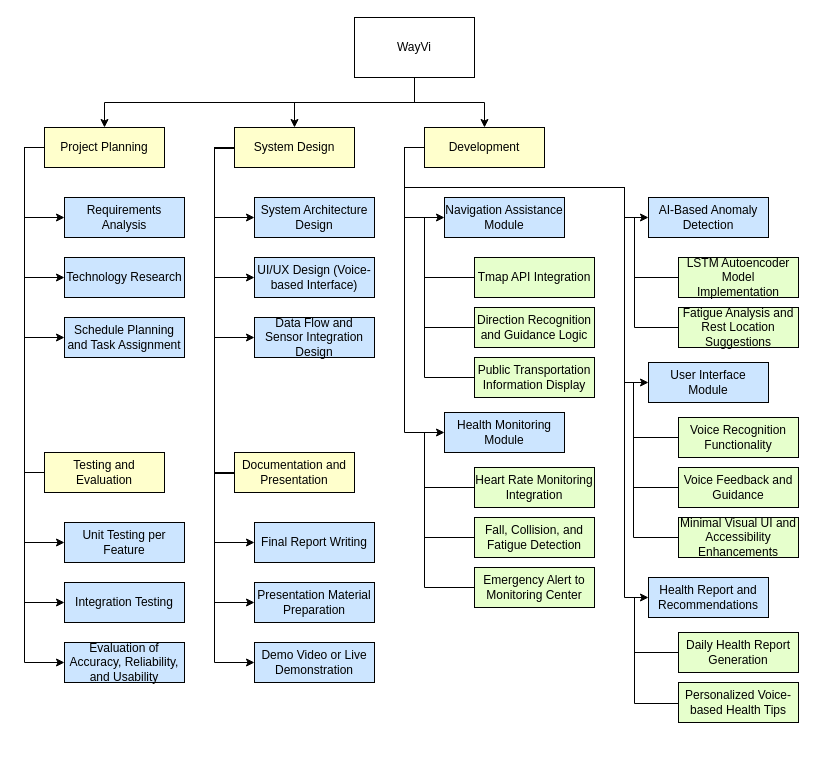
Earlier version of the draw.io diagram 종설_뭐시기.drawio (VegetableKim/-). Source tidied: cells renumbered, new cells numbered last; positions are measured from the earlier drawing's top-left corner, leaving out a move shared by most shapes. Both pictures are drawn from the tidied source at 100%, with x=0, y=0 at pixel (24, 17).
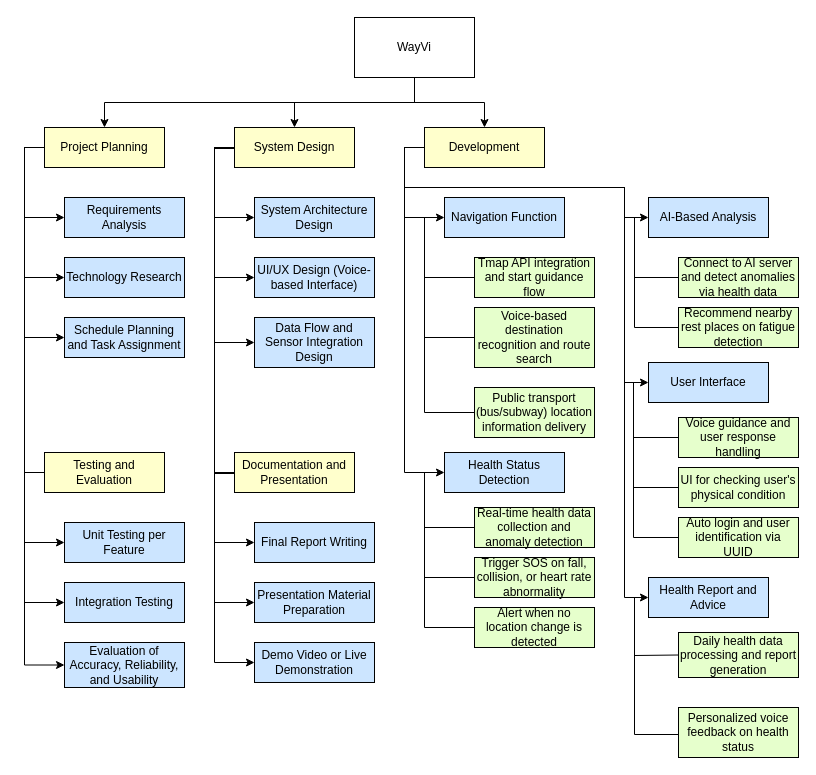
After the change.

Commit message (it also covers changes not shown here):
종설_뭐시기.drawio 업데이트

The edit, as a diff of the source:
```diff
@@
-    <mxCell id="31" value="Navigation Assistance Module" style="rounded=0;whiteSpace=wrap;html=1;fillColor=#CCE5FF;" parent="1" vertex="1">
+    <mxCell id="31" value="Navigation Function" style="rounded=0;whiteSpace=wrap;html=1;fillColor=#CCE5FF;" parent="1" vertex="1">
       <mxGeometry x="420" y="180" width="120" height="40" as="geometry" />
     </mxCell>
-    <mxCell id="32" value="Tmap API Integration" style="rounded=0;whiteSpace=wrap;html=1;fillColor=#E6FFCC;" parent="1" vertex="1">
+    <mxCell id="32" value="Tmap API integration and start guidance flow" style="rounded=0;whiteSpace=wrap;html=1;fillColor=#E6FFCC;" parent="1" vertex="1">
       <mxGeometry x="450" y="240" width="120" height="40" as="geometry" />
     </mxCell>
-    <mxCell id="33" value="Direction Recognition and Guidance Logic" style="rounded=0;whiteSpace=wrap;html=1;fillColor=#E6FFCC;" parent="1" vertex="1">
-      <mxGeometry x="450" y="290" width="120" height="40" as="geometry" />
+    <mxCell id="33" value="Voice-based destination recognition and route search" style="rounded=0;whiteSpace=wrap;html=1;fillColor=#E6FFCC;" parent="1" vertex="1">
+      <mxGeometry x="450" y="290" width="120" height="60" as="geometry" />
     </mxCell>
-    <mxCell id="34" value="Public Transportation Information Display" style="rounded=0;whiteSpace=wrap;html=1;fillColor=#E6FFCC;" parent="1" vertex="1">
-      <mxGeometry x="450" y="340" width="120" height="40" as="geometry" />
+    <mxCell id="34" value="Public transport (bus/subway) location information delivery" style="rounded=0;whiteSpace=wrap;html=1;fillColor=#E6FFCC;" parent="1" vertex="1">
+      <mxGeometry x="450" y="370" width="120" height="50" as="geometry" />
     </mxCell>
-    <mxCell id="35" value="Health Monitoring Module" style="rounded=0;whiteSpace=wrap;html=1;fillColor=#CCE5FF;" parent="1" vertex="1">
-      <mxGeometry x="420" y="395" width="120" height="40" as="geometry" />
+    <mxCell id="35" value="Health Status Detection" style="rounded=0;whiteSpace=wrap;html=1;fillColor=#CCE5FF;" parent="1" vertex="1">
+      <mxGeometry x="420" y="435" width="120" height="40" as="geometry" />
     </mxCell>
-    <mxCell id="36" value="Heart Rate Monitoring Integration" style="rounded=0;whiteSpace=wrap;html=1;fillColor=#E6FFCC;" parent="1" vertex="1">
-      <mxGeometry x="450" y="450" width="120" height="40" as="geometry" />
+    <mxCell id="36" value="Real-time health data collection and anomaly detection" style="rounded=0;whiteSpace=wrap;html=1;fillColor=#E6FFCC;" parent="1" vertex="1">
+      <mxGeometry x="450" y="490" width="120" height="40" as="geometry" />
     </mxCell>
-    <mxCell id="37" value="Fall, Collision, and Fatigue Detection" style="rounded=0;whiteSpace=wrap;html=1;fillColor=#E6FFCC;" parent="1" vertex="1">
-      <mxGeometry x="450" y="500" width="120" height="40" as="geometry" />
+    <mxCell id="37" value="Trigger SOS on fall, collision, or heart rate abnormality" style="rounded=0;whiteSpace=wrap;html=1;fillColor=#E6FFCC;" parent="1" vertex="1">
+      <mxGeometry x="450" y="540" width="120" height="40" as="geometry" />
     </mxCell>
-    <mxCell id="38" value="Emergency Alert to Monitoring Center" style="rounded=0;whiteSpace=wrap;html=1;fillColor=#E6FFCC;" parent="1" vertex="1">
-      <mxGeometry x="450" y="550" width="120" height="40" as="geometry" />
+    <mxCell id="38" value="Alert when no location change is detected" style="rounded=0;whiteSpace=wrap;html=1;fillColor=#E6FFCC;" parent="1" vertex="1">
+      <mxGeometry x="450" y="590" width="120" height="40" as="geometry" />
     </mxCell>
-    <mxCell id="39" value="AI-Based Anomaly Detection" style="rounded=0;whiteSpace=wrap;html=1;fillColor=#CCE5FF;" parent="1" vertex="1">
+    <mxCell id="39" value="AI-Based Analysis" style="rounded=0;whiteSpace=wrap;html=1;fillColor=#CCE5FF;" parent="1" vertex="1">
       <mxGeometry x="624" y="180" width="120" height="40" as="geometry" />
     </mxCell>
-    <mxCell id="40" value="LSTM Autoencoder Model Implementation" style="rounded=0;whiteSpace=wrap;html=1;fillColor=#E6FFCC;" parent="1" vertex="1">
+    <mxCell id="40" value="Connect to AI server and detect anomalies via health data" style="rounded=0;whiteSpace=wrap;html=1;fillColor=#E6FFCC;" parent="1" vertex="1">
       <mxGeometry x="654" y="240" width="120" height="40" as="geometry" />
     </mxCell>
-    <mxCell id="41" value="Fatigue Analysis and Rest Location Suggestions" style="rounded=0;whiteSpace=wrap;html=1;fillColor=#E6FFCC;" parent="1" vertex="1">
+    <mxCell id="41" value="Recommend nearby rest places on fatigue detection" style="rounded=0;whiteSpace=wrap;html=1;fillColor=#E6FFCC;" parent="1" vertex="1">
       <mxGeometry x="654" y="290" width="120" height="40" as="geometry" />
     </mxCell>
-    <mxCell id="42" value="User Interface Module" style="rounded=0;whiteSpace=wrap;html=1;fillColor=#CCE5FF;" parent="1" vertex="1">
+    <mxCell id="42" value="User Interface" style="rounded=0;whiteSpace=wrap;html=1;fillColor=#CCE5FF;" parent="1" vertex="1">
       <mxGeometry x="624" y="345" width="120" height="40" as="geometry" />
     </mxCell>
-    <mxCell id="43" value="Voice Recognition Functionality" style="rounded=0;whiteSpace=wrap;html=1;fillColor=#E6FFCC;" parent="1" vertex="1">
+    <mxCell id="43" value="Voice guidance and user response handling" style="rounded=0;whiteSpace=wrap;html=1;fillColor=#E6FFCC;" parent="1" vertex="1">
       <mxGeometry x="654" y="400" width="120" height="40" as="geometry" />
     </mxCell>
-    <mxCell id="44" value="Voice Feedback and Guidance" style="rounded=0;whiteSpace=wrap;html=1;fillColor=#E6FFCC;" parent="1" vertex="1">
+    <mxCell id="44" value="UI for checking user's physical condition" style="rounded=0;whiteSpace=wrap;html=1;fillColor=#E6FFCC;" parent="1" vertex="1">
       <mxGeometry x="654" y="450" width="120" height="40" as="geometry" />
     </mxCell>
-    <mxCell id="45" value="Minimal Visual UI and Accessibility Enhancements" style="rounded=0;whiteSpace=wrap;html=1;fillColor=#E6FFCC;" parent="1" vertex="1">
+    <mxCell id="45" value="Auto login and user identification via UUID" style="rounded=0;whiteSpace=wrap;html=1;fillColor=#E6FFCC;" parent="1" vertex="1">
       <mxGeometry x="654" y="500" width="120" height="40" as="geometry" />
     </mxCell>
-    <mxCell id="46" value="Health Report and Recommendations" style="rounded=0;whiteSpace=wrap;html=1;fillColor=#CCE5FF;" parent="1" vertex="1">
+    <mxCell id="46" value="Health Report and Advice" style="rounded=0;whiteSpace=wrap;html=1;fillColor=#CCE5FF;" parent="1" vertex="1">
       <mxGeometry x="624" y="560" width="120" height="40" as="geometry" />
     </mxCell>
-    <mxCell id="47" value="Daily Health Report Generation" style="rounded=0;whiteSpace=wrap;html=1;fillColor=#E6FFCC;" parent="1" vertex="1">
-      <mxGeometry x="654" y="615" width="120" height="40" as="geometry" />
+    <mxCell id="47" value="Daily health data processing and report generation" style="rounded=0;whiteSpace=wrap;html=1;fillColor=#E6FFCC;" parent="1" vertex="1">
+      <mxGeometry x="654" y="615" width="120" height="45" as="geometry" />
     </mxCell>
-    <mxCell id="48" value="Personalized Voice-based Health Tips" style="rounded=0;whiteSpace=wrap;html=1;fillColor=#E6FFCC;" parent="1" vertex="1">
-      <mxGeometry x="654" y="665" width="120" height="40" as="geometry" />
+    <mxCell id="48" value="Personalized voice feedback on health status" style="rounded=0;whiteSpace=wrap;html=1;fillColor=#E6FFCC;" parent="1" vertex="1">
+      <mxGeometry x="654" y="690" width="120" height="50" as="geometry" />
     </mxCell>
@@
     <mxCell id="51" value="Data Flow and Sensor Integration Design" style="rounded=0;whiteSpace=wrap;html=1;fillColor=#CCE5FF;" parent="1" vertex="1">
-      <mxGeometry x="230" y="300" width="120" height="40" as="geometry" />
+      <mxGeometry x="230" y="300" width="120" height="50" as="geometry" />
     </mxCell>
@@
     <mxCell id="54" value="Evaluation of Accuracy, Reliability, and Usability" style="rounded=0;whiteSpace=wrap;html=1;fillColor=#CCE5FF;" parent="1" vertex="1">
-      <mxGeometry x="40" y="625" width="120" height="40" as="geometry" />
+      <mxGeometry x="40" y="625" width="120" height="45" as="geometry" />
     </mxCell>
@@
-    <mxCell id="61" style="endArrow=none;html=1;rounded=0;entryX=0;entryY=0.5;entryDx=0;entryDy=0;" parent="1" edge="1">
+    <mxCell id="61" style="endArrow=none;html=1;rounded=0;entryX=0;entryY=0.5;entryDx=0;entryDy=0;" parent="1" edge="1" target="33">
       <mxGeometry relative="1" as="geometry">
         <mxPoint x="400" y="250" as="sourcePoint" />
-        <mxPoint x="450" y="310" as="targetPoint" />
         <Array as="points">
-          <mxPoint x="400" y="310" />
+          <mxPoint x="400" y="320" />
         </Array>
       </mxGeometry>
     </mxCell>
-    <mxCell id="62" style="endArrow=none;html=1;rounded=0;entryX=0;entryY=0.5;entryDx=0;entryDy=0;" parent="1" edge="1">
+    <mxCell id="62" style="endArrow=none;html=1;rounded=0;entryX=0;entryY=0.5;entryDx=0;entryDy=0;" parent="1" edge="1" target="34">
       <mxGeometry relative="1" as="geometry">
         <mxPoint x="400" y="300" as="sourcePoint" />
-        <mxPoint x="450" y="360" as="targetPoint" />
         <Array as="points">
-          <mxPoint x="400" y="360" />
+          <mxPoint x="400" y="395" />
         </Array>
       </mxGeometry>
     </mxCell>
@@
     <mxCell id="65" style="endArrow=none;html=1;rounded=0;entryX=0;entryY=0.5;entryDx=0;entryDy=0;" parent="1" edge="1" target="47">
       <mxGeometry relative="1" as="geometry">
         <mxPoint x="610" y="580" as="sourcePoint" />
         <Array as="points">
-          <mxPoint x="610" y="635" />
+          <mxPoint x="610" y="638" />
         </Array>
       </mxGeometry>
     </mxCell>
     <mxCell id="66" style="endArrow=none;html=1;rounded=0;entryX=0;entryY=0.5;entryDx=0;entryDy=0;" parent="1" edge="1">
       <mxGeometry relative="1" as="geometry">
-        <mxPoint x="610" y="626" as="sourcePoint" />
-        <mxPoint x="654" y="686" as="targetPoint" />
+        <mxPoint x="610" y="637" as="sourcePoint" />
+        <mxPoint x="654" y="717" as="targetPoint" />
         <Array as="points">
-          <mxPoint x="610" y="686" />
+          <mxPoint x="610" y="717" />
         </Array>
       </mxGeometry>
     </mxCell>
     <mxCell id="67" style="endArrow=none;html=1;rounded=0;entryX=0;entryY=0.5;entryDx=0;entryDy=0;" parent="1" edge="1" target="36">
       <mxGeometry relative="1" as="geometry">
-        <mxPoint x="400" y="415" as="sourcePoint" />
+        <mxPoint x="400" y="455" as="sourcePoint" />
         <Array as="points">
-          <mxPoint x="400" y="470" />
+          <mxPoint x="400" y="510" />
         </Array>
       </mxGeometry>
     </mxCell>
     <mxCell id="68" style="endArrow=none;html=1;rounded=0;entryX=0;entryY=0.5;entryDx=0;entryDy=0;" parent="1" edge="1">
       <mxGeometry relative="1" as="geometry">
-        <mxPoint x="400" y="460" as="sourcePoint" />
-        <mxPoint x="450" y="520" as="targetPoint" />
+        <mxPoint x="400" y="500" as="sourcePoint" />
+        <mxPoint x="450" y="560" as="targetPoint" />
         <Array as="points">
-          <mxPoint x="400" y="520" />
+          <mxPoint x="400" y="560" />
         </Array>
       </mxGeometry>
     </mxCell>
     <mxCell id="69" style="endArrow=none;html=1;rounded=0;entryX=0;entryY=0.5;entryDx=0;entryDy=0;" parent="1" edge="1">
       <mxGeometry relative="1" as="geometry">
-        <mxPoint x="400" y="510" as="sourcePoint" />
-        <mxPoint x="450" y="570" as="targetPoint" />
+        <mxPoint x="400" y="550" as="sourcePoint" />
+        <mxPoint x="450" y="610" as="targetPoint" />
         <Array as="points">
-          <mxPoint x="400" y="570" />
+          <mxPoint x="400" y="610" />
         </Array>
       </mxGeometry>
     </mxCell>
```
